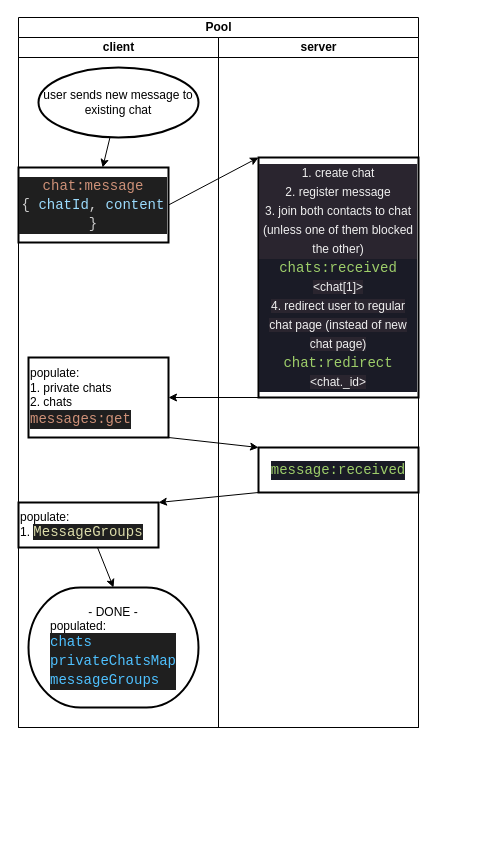
DCAG/Messenger keeps this draw.io diagram as page "newMessage (existing chat)" (3 of 5) of flows.drawio. Above is the earlier version. Source tidied: cells renumbered, new cells numbered last; positions are measured from the earlier drawing's top-left corner, leaving out a move shared by most shapes. Both pictures are drawn from the tidied source at 100%, with x=0, y=0 at pixel (18, 17).
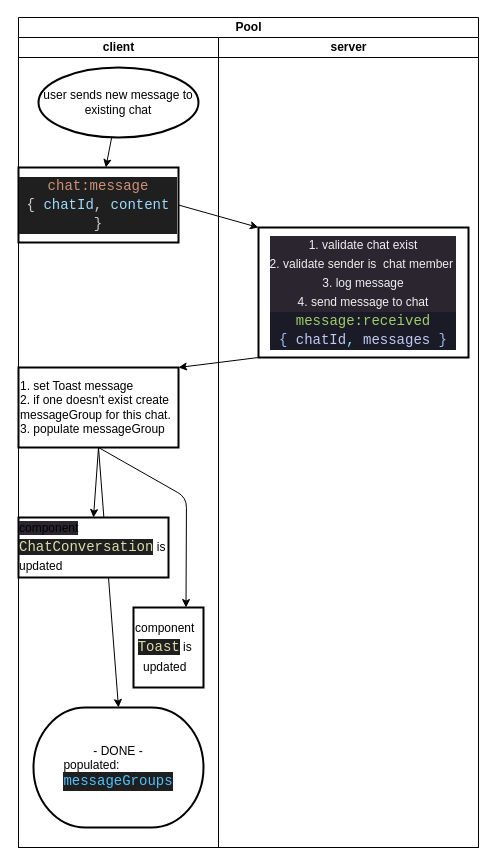
Above is the later version.

The edit, as a diff of the source:
```diff
@@
 <mxGraphModel>
   <root>
     <mxCell id="0" />
     <mxCell id="1" parent="0" />
     <mxCell id="2" value="Pool" style="swimlane;startSize=20;html=1;" parent="1" vertex="1">
-      <mxGeometry width="400" height="710" as="geometry" />
+      <mxGeometry width="460" height="830" as="geometry" />
     </mxCell>
     <mxCell id="3" value="client" style="swimlane;startSize=20;html=1;" parent="2" vertex="1">
-      <mxGeometry y="20" width="200" height="690" as="geometry" />
+      <mxGeometry y="20" width="200" height="810" as="geometry" />
     </mxCell>
+    <mxCell id="15" style="edgeStyle=none;html=1;entryX=0.5;entryY=0;entryDx=0;entryDy=0;exitX=0.5;exitY=1;exitDx=0;exitDy=0;entryPerimeter=0;" parent="3" edge="1" source="7" target="10">
+      <mxGeometry relative="1" as="geometry" />
+    </mxCell>
     <mxCell id="4" style="edgeStyle=none;html=1;" parent="3" edge="1" source="5" target="6">
       <mxGeometry relative="1" as="geometry" />
     </mxCell>
     <mxCell id="5" value="user sends new message to existing chat" style="strokeWidth=2;html=1;shape=mxgraph.flowchart.start_2;whiteSpace=wrap;" parent="3" vertex="1">
       <mxGeometry x="20" y="30" width="160" height="70" as="geometry" />
     </mxCell>
     <mxCell id="6" value="&lt;div style=&quot;color: rgb(169, 177, 214); background-color: rgb(26, 27, 38); font-family: Consolas, &amp;quot;Courier New&amp;quot;, monospace; font-size: 14px; line-height: 19px;&quot;&gt;&lt;div style=&quot;color: rgb(204, 204, 204); background-color: rgb(31, 31, 31); line-height: 19px;&quot;&gt;&lt;div style=&quot;line-height: 19px;&quot;&gt;&lt;span style=&quot;color: #ce9178;&quot;&gt;chat:message&lt;/span&gt;&lt;/div&gt;&lt;div style=&quot;line-height: 19px;&quot;&gt;&lt;div style=&quot;line-height: 19px;&quot;&gt;{ &lt;span style=&quot;color: #9cdcfe;&quot;&gt;chatId&lt;/span&gt;, &lt;span style=&quot;color: #9cdcfe;&quot;&gt;content&lt;/span&gt; }&lt;/div&gt;&lt;/div&gt;&lt;/div&gt;&lt;/div&gt;" style="whiteSpace=wrap;html=1;strokeWidth=2;" parent="3" vertex="1">
-      <mxGeometry y="130" width="150" height="75" as="geometry" />
+      <mxGeometry y="130" width="160" height="75" as="geometry" />
     </mxCell>
+    <mxCell id="18" style="edgeStyle=none;html=1;entryX=0.75;entryY=0;entryDx=0;entryDy=0;" parent="3" edge="1" target="19">
+      <mxGeometry relative="1" as="geometry">
+        <mxPoint x="80" y="410" as="sourcePoint" />
+        <Array as="points">
+          <mxPoint x="168" y="460" />
+        </Array>
+      </mxGeometry>
+    </mxCell>
-    <mxCell id="7" value="populate:&lt;br&gt;1. private chats&lt;br&gt;&lt;div&gt;&lt;span style=&quot;background-color: initial;&quot;&gt;2. chats&lt;/span&gt;&lt;/div&gt;&lt;div&gt;&lt;div style=&quot;color: rgb(204, 204, 204); background-color: rgb(31, 31, 31); font-family: Consolas, &amp;quot;Courier New&amp;quot;, monospace; font-size: 14px; line-height: 19px;&quot;&gt;&lt;span style=&quot;color: rgb(206, 145, 120);&quot;&gt;messages:get&lt;/span&gt;&lt;/div&gt;&lt;/div&gt;" style="whiteSpace=wrap;html=1;strokeWidth=2;align=left;" parent="3" vertex="1">
-      <mxGeometry x="10" y="320" width="140" height="80" as="geometry" />
+    <mxCell id="7" value="1. set Toast message&lt;br&gt;2. if one doesn't exist create messageGroup for this chat.&lt;br&gt;3. populate messageGroup" style="whiteSpace=wrap;html=1;strokeWidth=2;align=left;" parent="3" vertex="1">
+      <mxGeometry y="330" width="160" height="80" as="geometry" />
     </mxCell>
-    <mxCell id="8" style="edgeStyle=none;html=1;entryX=0.5;entryY=0;entryDx=0;entryDy=0;entryPerimeter=0;" parent="3" edge="1" source="9" target="10">
-      <mxGeometry relative="1" as="geometry" />
-    </mxCell>
-    <mxCell id="9" value="populate:&lt;br&gt;1.&amp;nbsp;&lt;span style=&quot;color: rgb(220, 220, 170); background-color: rgb(31, 31, 31); font-family: Consolas, &amp;quot;Courier New&amp;quot;, monospace; font-size: 14px;&quot;&gt;MessageGroups&lt;/span&gt;" style="whiteSpace=wrap;html=1;align=left;strokeWidth=2;" parent="3" vertex="1">
-      <mxGeometry y="465" width="140" height="45" as="geometry" />
-    </mxCell>
-    <mxCell id="10" value="&lt;div style=&quot;&quot;&gt;&lt;span style=&quot;background-color: initial;&quot;&gt;- DONE -&lt;/span&gt;&lt;/div&gt;&lt;div style=&quot;text-align: left;&quot;&gt;&lt;span style=&quot;background-color: initial;&quot;&gt;populated:&lt;/span&gt;&lt;/div&gt;&lt;div style=&quot;text-align: left;&quot;&gt;&lt;div style=&quot;color: rgb(204, 204, 204); background-color: rgb(31, 31, 31); font-family: Consolas, &amp;quot;Courier New&amp;quot;, monospace; font-size: 14px; line-height: 19px;&quot;&gt;&lt;div style=&quot;line-height: 19px;&quot;&gt;&lt;div style=&quot;line-height: 19px;&quot;&gt;&lt;span style=&quot;color: #4fc1ff;&quot;&gt;chats&lt;/span&gt;&lt;/div&gt;&lt;div style=&quot;line-height: 19px;&quot;&gt;&lt;div style=&quot;line-height: 19px;&quot;&gt;&lt;span style=&quot;color: #4fc1ff;&quot;&gt;privateChatsMap&lt;/span&gt;&lt;/div&gt;&lt;div style=&quot;line-height: 19px;&quot;&gt;&lt;div style=&quot;line-height: 19px;&quot;&gt;&lt;div style=&quot;line-height: 19px;&quot;&gt;&lt;span style=&quot;color: rgb(79, 193, 255);&quot;&gt;messageGroups&lt;/span&gt;&lt;br&gt;&lt;/div&gt;&lt;/div&gt;&lt;/div&gt;&lt;/div&gt;&lt;/div&gt;&lt;/div&gt;&lt;/div&gt;" style="strokeWidth=2;html=1;shape=mxgraph.flowchart.terminator;whiteSpace=wrap;sketch=0;" parent="3" vertex="1">
-      <mxGeometry x="10" y="550" width="170" height="120" as="geometry" />
+    <mxCell id="10" value="&lt;div style=&quot;&quot;&gt;&lt;span style=&quot;background-color: initial;&quot;&gt;- DONE -&lt;/span&gt;&lt;/div&gt;&lt;div style=&quot;text-align: left;&quot;&gt;&lt;span style=&quot;background-color: initial;&quot;&gt;populated:&lt;/span&gt;&lt;/div&gt;&lt;div style=&quot;text-align: left;&quot;&gt;&lt;div style=&quot;color: rgb(204, 204, 204); background-color: rgb(31, 31, 31); font-family: Consolas, &amp;quot;Courier New&amp;quot;, monospace; font-size: 14px; line-height: 19px;&quot;&gt;&lt;div style=&quot;line-height: 19px;&quot;&gt;&lt;div style=&quot;line-height: 19px;&quot;&gt;&lt;div style=&quot;line-height: 19px;&quot;&gt;&lt;div style=&quot;line-height: 19px;&quot;&gt;&lt;div style=&quot;line-height: 19px;&quot;&gt;&lt;span style=&quot;color: rgb(79, 193, 255);&quot;&gt;messageGroups&lt;/span&gt;&lt;br&gt;&lt;/div&gt;&lt;/div&gt;&lt;/div&gt;&lt;/div&gt;&lt;/div&gt;&lt;/div&gt;&lt;/div&gt;" style="strokeWidth=2;html=1;shape=mxgraph.flowchart.terminator;whiteSpace=wrap;sketch=0;" parent="3" vertex="1">
+      <mxGeometry x="15" y="670" width="170" height="120" as="geometry" />
     </mxCell>
+    <mxCell id="12" value="&lt;div style=&quot;text-align: left; line-height: 19px;&quot;&gt;&lt;span style=&quot;background-color: rgb(42, 37, 47);&quot;&gt;component&lt;/span&gt;&lt;/div&gt;&lt;div style=&quot;text-align: left; line-height: 19px;&quot;&gt;&lt;span style=&quot;color: rgb(220, 220, 170); background-color: rgb(31, 31, 31); font-family: Consolas, &amp;quot;Courier New&amp;quot;, monospace; font-size: 14px; text-align: center;&quot;&gt;ChatConversation&lt;/span&gt;&amp;nbsp;is updated&lt;/div&gt;" style="whiteSpace=wrap;html=1;align=center;strokeWidth=2;" parent="3" vertex="1">
+      <mxGeometry y="480" width="150" height="60" as="geometry" />
+    </mxCell>
+    <mxCell id="14" style="edgeStyle=none;html=1;exitX=0.5;exitY=1;exitDx=0;exitDy=0;entryX=0.5;entryY=0;entryDx=0;entryDy=0;" parent="3" edge="1" source="7" target="12">
+      <mxGeometry relative="1" as="geometry" />
+    </mxCell>
+    <mxCell id="19" value="&lt;div style=&quot;line-height: 19px;&quot;&gt;component&lt;/div&gt;&lt;div style=&quot;text-align: center; line-height: 19px;&quot;&gt;&lt;font face=&quot;Consolas, Courier New, monospace&quot; color=&quot;#dcdcaa&quot;&gt;&lt;span style=&quot;font-size: 14px; background-color: rgb(31, 31, 31);&quot;&gt;Toast&lt;/span&gt;&lt;/font&gt;&amp;nbsp;is&lt;/div&gt;&lt;div style=&quot;text-align: center; line-height: 19px;&quot;&gt;updated&lt;/div&gt;" style="whiteSpace=wrap;html=1;strokeWidth=2;align=left;sketch=0;" parent="3" vertex="1">
+      <mxGeometry x="115" y="570" width="70" height="80" as="geometry" />
+    </mxCell>
     <mxCell id="11" value="server" style="swimlane;startSize=20;html=1;" parent="2" vertex="1">
-      <mxGeometry x="200" y="20" width="200" height="690" as="geometry" />
+      <mxGeometry x="200" y="20" width="260" height="810" as="geometry" />
     </mxCell>
-    <mxCell id="12" value="&lt;div style=&quot;color: rgb(169, 177, 214); background-color: rgb(26, 27, 38); font-family: Consolas, &amp;quot;Courier New&amp;quot;, monospace; font-size: 14px; line-height: 19px;&quot;&gt;&lt;span style=&quot;color: #9ece6a;&quot;&gt;message:received&lt;/span&gt;&lt;/div&gt;" style="whiteSpace=wrap;html=1;align=center;strokeWidth=2;" parent="11" vertex="1">
-      <mxGeometry x="40" y="410" width="160" height="45" as="geometry" />
-    </mxCell>
-    <mxCell id="13" value="&lt;div style=&quot;font-family: Consolas, &amp;quot;Courier New&amp;quot;, monospace; font-size: 14px; color: rgb(169, 177, 214); background-color: rgb(26, 27, 38); line-height: 19px;&quot;&gt;&lt;div style=&quot;color: rgb(240, 240, 240); font-family: Helvetica; font-size: 12px; background-color: rgb(42, 37, 47); line-height: 19px;&quot;&gt;1. create chat&lt;/div&gt;&lt;div style=&quot;color: rgb(240, 240, 240); font-family: Helvetica; font-size: 12px; background-color: rgb(42, 37, 47); line-height: 19px;&quot;&gt;2. register message&lt;/div&gt;&lt;div style=&quot;color: rgb(240, 240, 240); font-family: Helvetica; font-size: 12px; background-color: rgb(42, 37, 47); line-height: 19px;&quot;&gt;3. join both contacts to chat (unless one of them blocked the other)&lt;/div&gt;&lt;/div&gt;&lt;div style=&quot;font-family: Consolas, &amp;quot;Courier New&amp;quot;, monospace; font-size: 14px; color: rgb(169, 177, 214); background-color: rgb(26, 27, 38); line-height: 19px;&quot;&gt;&lt;span style=&quot;color: rgb(158, 206, 106);&quot;&gt;chats:received&lt;/span&gt;&lt;/div&gt;&lt;div style=&quot;font-family: Consolas, &amp;quot;Courier New&amp;quot;, monospace; font-size: 14px; color: rgb(169, 177, 214); background-color: rgb(26, 27, 38); line-height: 19px;&quot;&gt;&lt;span style=&quot;color: rgb(240, 240, 240); font-family: Helvetica; font-size: 12px; background-color: rgb(42, 37, 47);&quot;&gt;&amp;lt;chat[1]&amp;gt;&lt;/span&gt;&lt;/div&gt;&lt;div style=&quot;font-family: Consolas, &amp;quot;Courier New&amp;quot;, monospace; font-size: 14px; color: rgb(169, 177, 214); background-color: rgb(26, 27, 38); line-height: 19px;&quot;&gt;&lt;span style=&quot;color: rgb(240, 240, 240); font-family: Helvetica; font-size: 12px; background-color: rgb(42, 37, 47);&quot;&gt;4. redirect user to regular chat page (instead of new chat page)&lt;/span&gt;&lt;/div&gt;&lt;div style=&quot;font-family: Consolas, &amp;quot;Courier New&amp;quot;, monospace; font-size: 14px; color: rgb(169, 177, 214); background-color: rgb(26, 27, 38); line-height: 19px;&quot;&gt;&lt;div style=&quot;line-height: 19px;&quot;&gt;&lt;div style=&quot;line-height: 19px;&quot;&gt;&lt;span style=&quot;color: rgb(158, 206, 106);&quot;&gt;chat:redirect&lt;/span&gt;&lt;/div&gt;&lt;/div&gt;&lt;div style=&quot;line-height: 19px;&quot;&gt;&lt;span style=&quot;color: rgb(240, 240, 240); font-family: Helvetica; font-size: 12px; background-color: rgb(42, 37, 47);&quot;&gt;&amp;lt;chat._id&amp;gt;&lt;/span&gt;&lt;/div&gt;&lt;/div&gt;&lt;div style=&quot;color: rgb(169, 177, 214); background-color: rgb(26, 27, 38); font-family: Consolas, &amp;quot;Courier New&amp;quot;, monospace; font-size: 14px; line-height: 19px;&quot;&gt;&lt;/div&gt;" style="whiteSpace=wrap;html=1;strokeWidth=2;" parent="11" vertex="1">
-      <mxGeometry x="40" y="120" width="160" height="240" as="geometry" />
+    <mxCell id="13" value="&lt;div style=&quot;font-family: Consolas, &amp;quot;Courier New&amp;quot;, monospace; font-size: 14px; color: rgb(169, 177, 214); background-color: rgb(26, 27, 38); line-height: 19px;&quot;&gt;&lt;div style=&quot;color: rgb(240, 240, 240); font-family: Helvetica; font-size: 12px; background-color: rgb(42, 37, 47); line-height: 19px;&quot;&gt;1. validate chat exist&lt;/div&gt;&lt;div style=&quot;color: rgb(240, 240, 240); font-family: Helvetica; font-size: 12px; background-color: rgb(42, 37, 47); line-height: 19px;&quot;&gt;2. validate sender is&amp;nbsp; chat member&amp;nbsp;&lt;/div&gt;&lt;div style=&quot;color: rgb(240, 240, 240); font-family: Helvetica; font-size: 12px; background-color: rgb(42, 37, 47); line-height: 19px;&quot;&gt;3. log message&lt;/div&gt;&lt;div style=&quot;color: rgb(240, 240, 240); font-family: Helvetica; font-size: 12px; background-color: rgb(42, 37, 47); line-height: 19px;&quot;&gt;4. send message to chat&lt;/div&gt;&lt;/div&gt;&lt;div style=&quot;font-family: Consolas, &amp;quot;Courier New&amp;quot;, monospace; font-size: 14px; color: rgb(169, 177, 214); background-color: rgb(26, 27, 38); line-height: 19px;&quot;&gt;&lt;div style=&quot;line-height: 19px;&quot;&gt;&lt;span style=&quot;color: #9ece6a;&quot;&gt;message:received&lt;/span&gt;&lt;/div&gt;&lt;/div&gt;&lt;div style=&quot;font-family: Consolas, &amp;quot;Courier New&amp;quot;, monospace; font-size: 14px; color: rgb(169, 177, 214); background-color: rgb(26, 27, 38); line-height: 19px;&quot;&gt;&lt;div style=&quot;line-height: 19px;&quot;&gt;&lt;span style=&quot;color: #9abdf5;&quot;&gt;{ &lt;/span&gt;&lt;span style=&quot;color: #c0caf5;&quot;&gt;chatId&lt;/span&gt;&lt;span style=&quot;color: #89ddff;&quot;&gt;,&lt;/span&gt;&lt;span style=&quot;color: #9abdf5;&quot;&gt; &lt;/span&gt;&lt;span style=&quot;color: #c0caf5;&quot;&gt;messages&lt;/span&gt;&lt;span style=&quot;color: #9abdf5;&quot;&gt; }&lt;/span&gt;&lt;/div&gt;&lt;/div&gt;&lt;div style=&quot;color: rgb(169, 177, 214); background-color: rgb(26, 27, 38); font-family: Consolas, &amp;quot;Courier New&amp;quot;, monospace; font-size: 14px; line-height: 19px;&quot;&gt;&lt;/div&gt;" style="whiteSpace=wrap;html=1;strokeWidth=2;" parent="11" vertex="1">
+      <mxGeometry x="40" y="190" width="210" height="130" as="geometry" />
     </mxCell>
-    <mxCell id="14" style="edgeStyle=none;html=1;exitX=1;exitY=1;exitDx=0;exitDy=0;entryX=0;entryY=0;entryDx=0;entryDy=0;" parent="2" edge="1" source="7" target="12">
-      <mxGeometry relative="1" as="geometry" />
-    </mxCell>
-    <mxCell id="15" style="edgeStyle=none;html=1;entryX=1;entryY=0;entryDx=0;entryDy=0;exitX=0;exitY=1;exitDx=0;exitDy=0;" parent="2" edge="1" source="12" target="9">
-      <mxGeometry relative="1" as="geometry" />
-    </mxCell>
-    <mxCell id="16" style="edgeStyle=none;html=1;exitX=0;exitY=1;exitDx=0;exitDy=0;" parent="2" edge="1" source="13" target="7">
+    <mxCell id="16" style="edgeStyle=none;html=1;exitX=0;exitY=1;exitDx=0;exitDy=0;entryX=1;entryY=0;entryDx=0;entryDy=0;" parent="2" edge="1" source="13" target="7">
       <mxGeometry relative="1" as="geometry" />
     </mxCell>
     <mxCell id="17" style="edgeStyle=none;html=1;entryX=0;entryY=0;entryDx=0;entryDy=0;exitX=1;exitY=0.5;exitDx=0;exitDy=0;" parent="2" edge="1" source="6" target="13">
       <mxGeometry relative="1" as="geometry" />
     </mxCell>
   </root>
 </mxGraphModel>
```
